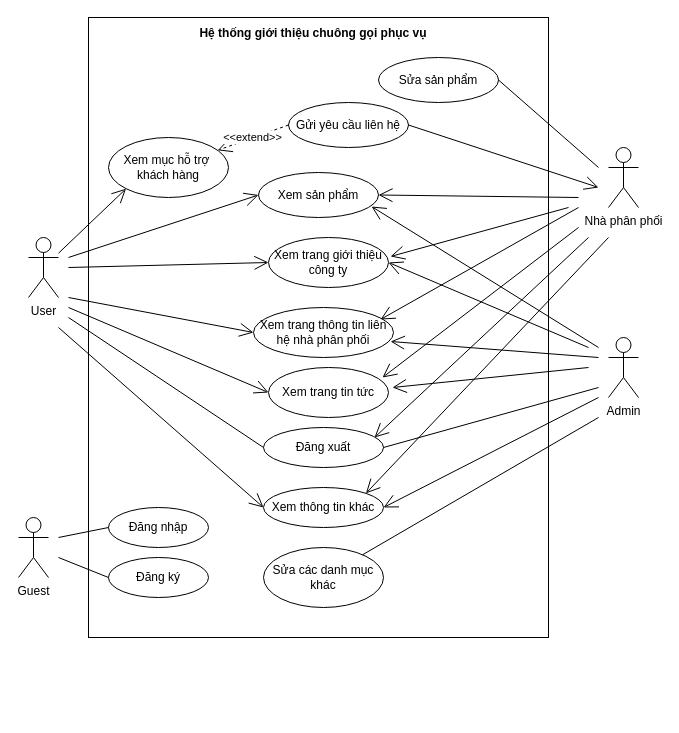
Earlier version of the draw.io diagram Use Case/overviewUC.drawio (hoangminh15/PTTKHT). Source tidied: cells renumbered, new cells numbered last; positions are measured from the earlier drawing's top-left corner, leaving out a move shared by most shapes. Both pictures are drawn from the tidied source at 100%, with x=0, y=0 at pixel (18, 17).
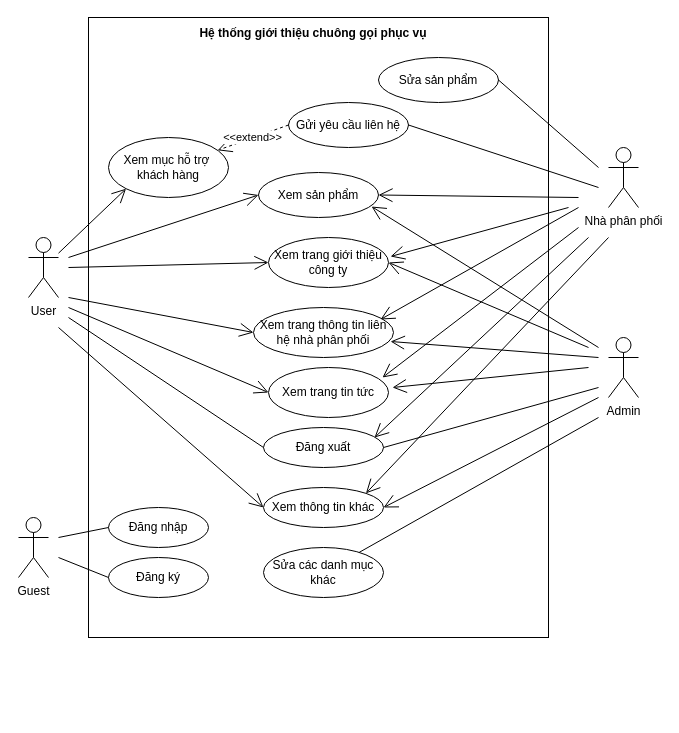
Above is the later version.

The change refers to these unchanged cells:
```xml
<mxCell id="6" value="Gửi yêu cầu liên hệ" style="ellipse;whiteSpace=wrap;html=1;" parent="1" vertex="1">
  <mxGeometry x="270" y="85" width="120" height="45" as="geometry" />
</mxCell>
```

The edit, as a diff of the source:
```diff
@@
-    <mxCell id="37" style="endArrow=open;endFill=1;endSize=12;html=1;exitX=1;exitY=0.5;exitDx=0;exitDy=0;" parent="1" edge="1" source="6">
-      <mxGeometry relative="1" as="geometry">
-        <mxPoint x="580" y="170" as="targetPoint" />
-      </mxGeometry>
-    </mxCell>
     <mxCell id="38" value="Sửa các danh mục khác" style="ellipse;whiteSpace=wrap;html=1;" parent="1" vertex="1">
-      <mxGeometry x="245" y="530" width="120" height="60" as="geometry" />
+      <mxGeometry x="245" y="530" width="120" height="50" as="geometry" />
     </mxCell>
@@
+    <mxCell id="48" style="endArrow=none;html=1;exitX=1;exitY=0.5;exitDx=0;exitDy=0;" parent="1" edge="1" source="6">
+      <mxGeometry relative="1" as="geometry">
+        <mxPoint x="580" y="170" as="targetPoint" />
+      </mxGeometry>
+    </mxCell>
```
